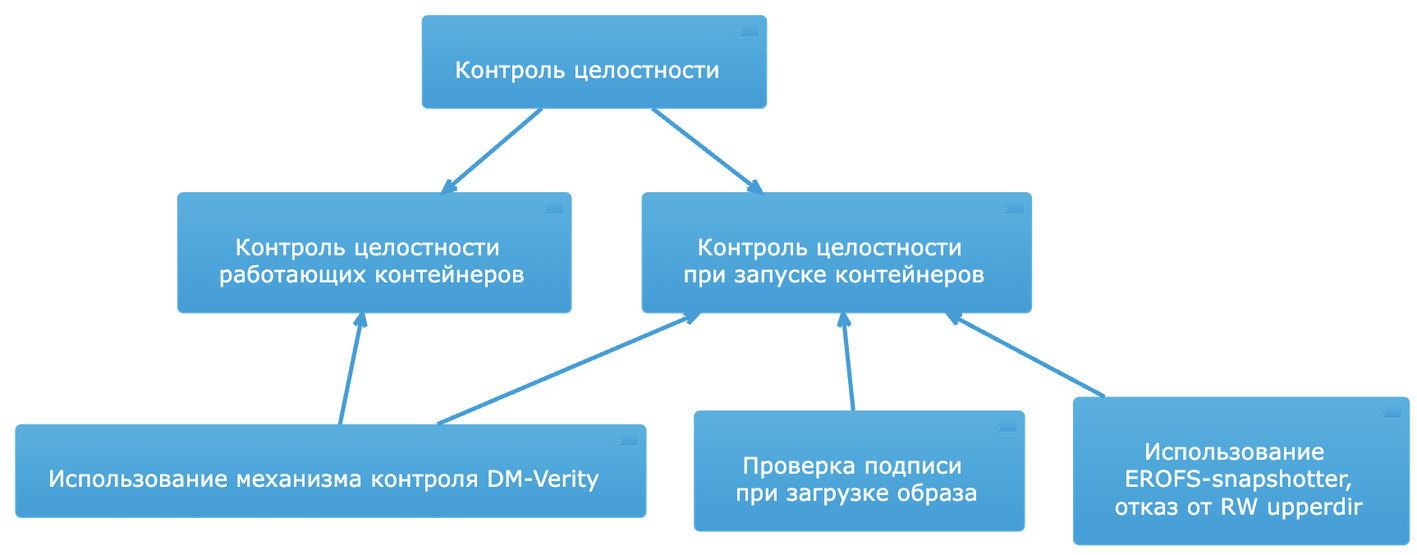
The PlantUML diagram docs/documentation/images/architecture/security/integrity-control-system-applications.png in deckhouse/deckhouse, before a commit. Its source is kept beside it as docs/documentation/images/architecture/security/integrity-control-system-applications.puml. Its diagram source:
```plantuml
@startuml
!theme bluegray
skinparam DefaultFontSize 16
skinparam ArrowFontStyle italic
skinparam DefaultTextAlignment center
skinparam backgroundColor transparent
skinparam Shadowing false

[Контроль целостности] --> [Контроль целостности\n при запуске контейнеров]
[Контроль целостности] --> [Контроль целостности\n работающих контейнеров]
[Контроль целостности\n работающих контейнеров] <-- [Использование механизма контроля DM-Verity]
[Контроль целостности\n при запуске контейнеров] <-- [Использование механизма контроля DM-Verity]
[Контроль целостности\n при запуске контейнеров] <-- [Проверка подписи\n при загрузке образа]
[Контроль целостности\n при запуске контейнеров] <-- [Использование\n EROFS-snapshotter,\n отказ от RW upperdir]
@enduml
```
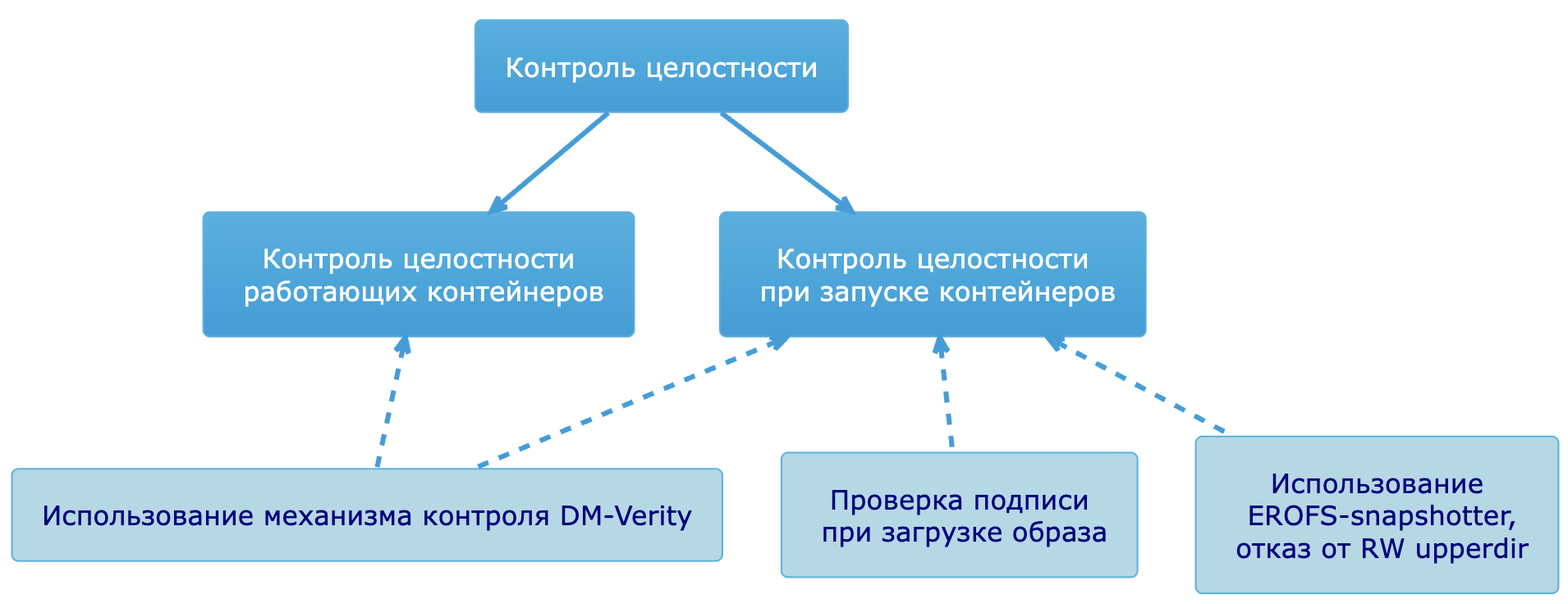
The same diagram one commit later.

The edit, as a diff of the source:
```diff
@@ -5,11 +5,16 @@
 skinparam DefaultTextAlignment center
 skinparam backgroundColor transparent
 skinparam Shadowing false
+skinparam componentStyle rectangle
+
+component "<color:navy>Использование механизма контроля DM-Verity</color>" as DMV #LightBlue
+component "<color:navy>Проверка подписи\n <color:navy>при загрузке образа" as CS #LightBlue
+component "<color:navy>Использование\n <color:navy>EROFS-snapshotter,\n <color:navy>отказ от RW upperdir" as EROFS #LightBlue
 
 [Контроль целостности] --> [Контроль целостности\n при запуске контейнеров]
 [Контроль целостности] --> [Контроль целостности\n работающих контейнеров]
-[Контроль целостности\n работающих контейнеров] <-- [Использование механизма контроля DM-Verity]
-[Контроль целостности\n при запуске контейнеров] <-- [Использование механизма контроля DM-Verity]
-[Контроль целостности\n при запуске контейнеров] <-- [Проверка подписи\n при загрузке образа]
-[Контроль целостности\n при запуске контейнеров] <-- [Использование\n EROFS-snapshotter,\n отказ от RW upperdir]
+[Контроль целостности\n работающих контейнеров] <.. DMV
+[Контроль целостности\n при запуске контейнеров] <.. DMV
+[Контроль целостности\n при запуске контейнеров] <.. CS
+[Контроль целостности\n при запуске контейнеров] <.. EROFS
 @enduml
```
